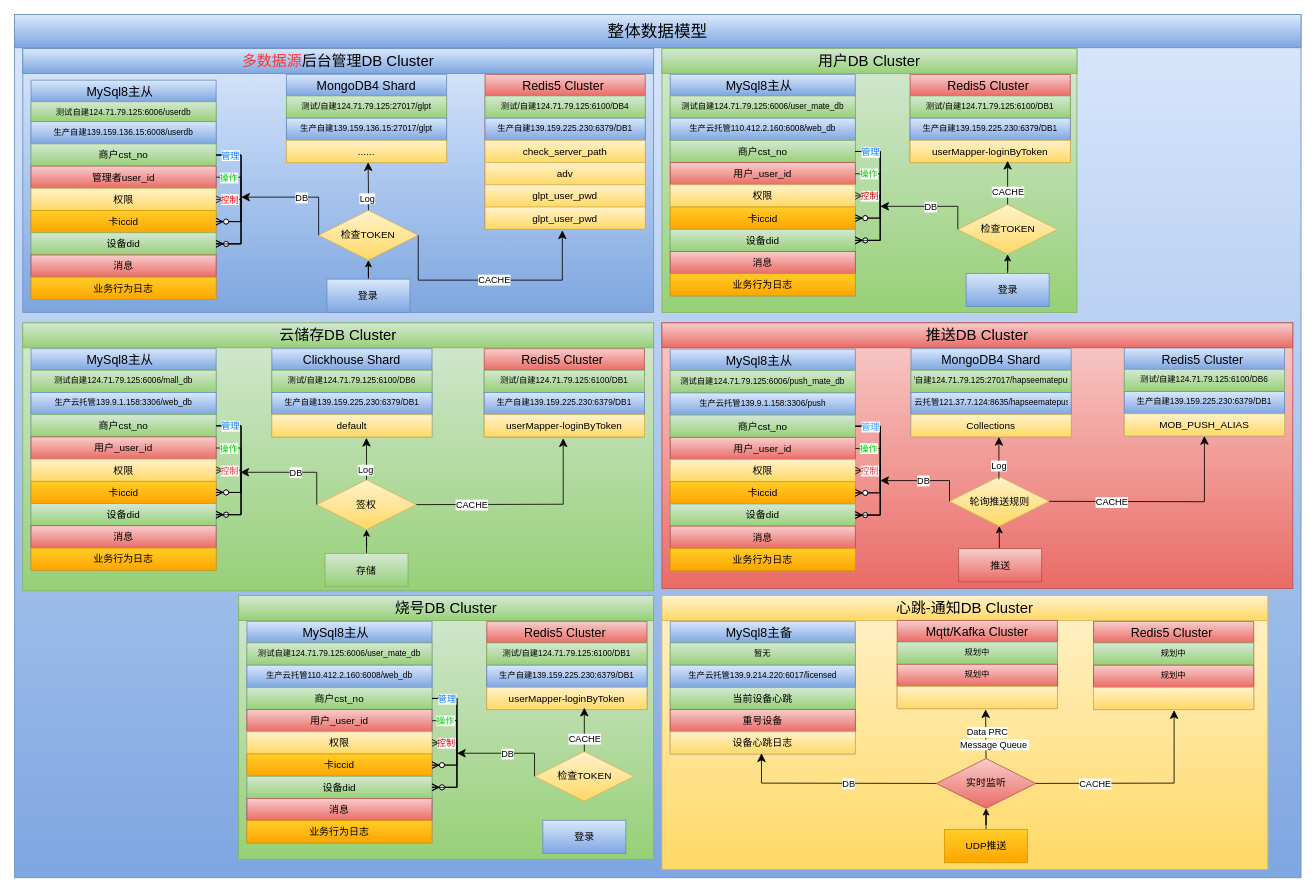
The draw.io diagram cloudbirds/整体数据模型.drawio in luoyongshun/framework, before the edit. Source tidied: cells renumbered, new cells numbered last; positions are measured from the earlier drawing's top-left corner, leaving out a move shared by most shapes. Both pictures are drawn from the tidied source at 83%, with x=0, y=0 at pixel (14, 14).
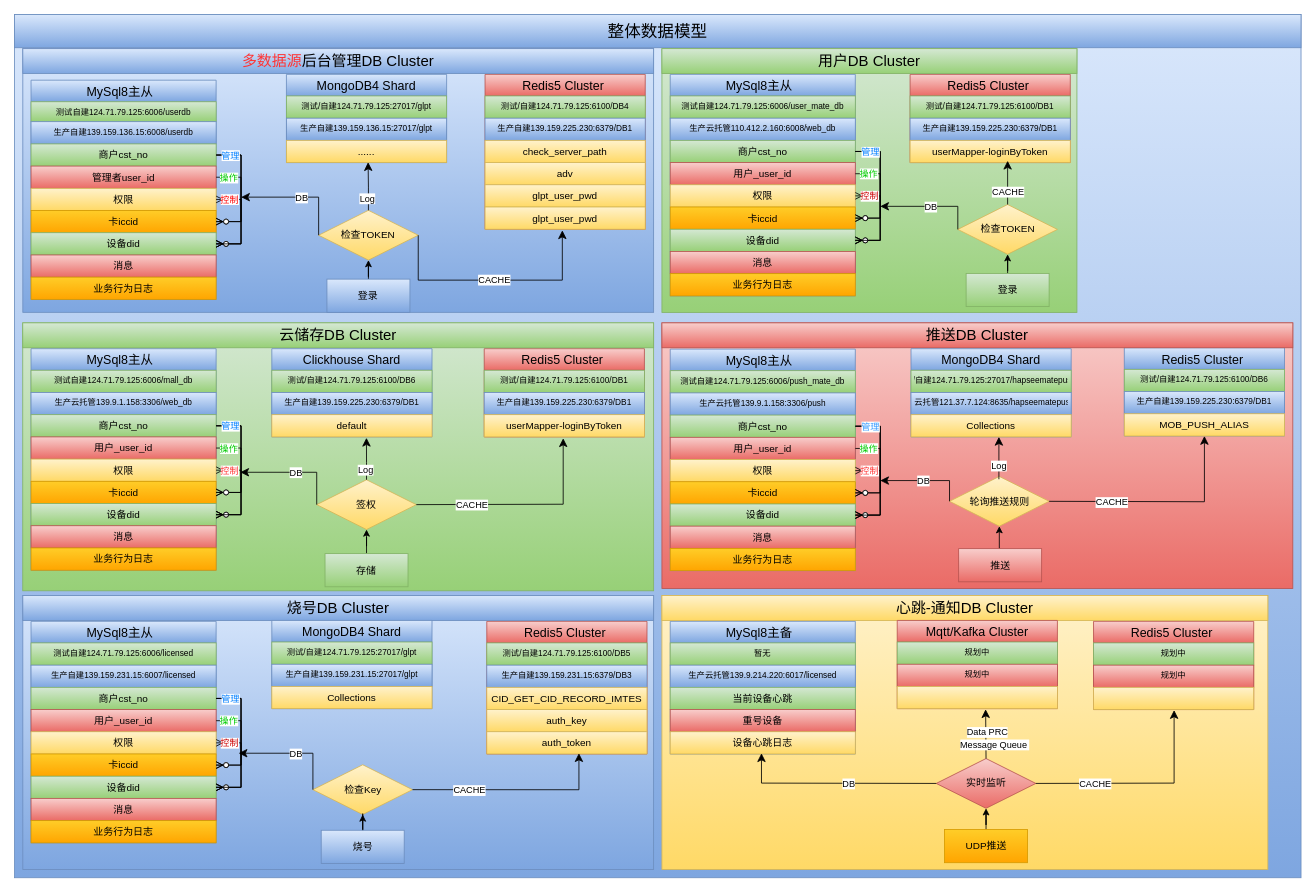
After the change.

Commit message:
更新整体数据模型.drawio

Change to the diagram source:
```diff
@@
-    <mxCell id="159" value="登录" style="whiteSpace=wrap;html=1;align=center;fillColor=#dae8fc;gradientColor=#7ea6e0;strokeColor=#6c8ebf;" parent="1" vertex="1">
+    <mxCell id="159" value="登录" style="whiteSpace=wrap;html=1;align=center;fillColor=#d5e8d4;gradientColor=#97d077;strokeColor=#82b366;" parent="1" vertex="1">
       <mxGeometry x="1146.5" y="311.9" width="100" height="40" as="geometry" />
     </mxCell>
@@
-    <mxCell id="175" style="rounded=0;whiteSpace=wrap;html=1;fillColor=#d5e8d4;gradientColor=#97d077;strokeColor=#82b366;" parent="1" vertex="1">
-      <mxGeometry x="270" y="700" width="500" height="317.8" as="geometry" />
+    <mxCell id="175" style="rounded=0;whiteSpace=wrap;html=1;fillColor=#dae8fc;gradientColor=#7ea6e0;strokeColor=#6c8ebf;" parent="1" vertex="1">
+      <mxGeometry x="10" y="700" width="760" height="330" as="geometry" />
     </mxCell>
-    <mxCell id="176" value="检查TOKEN" style="shape=rhombus;perimeter=rhombusPerimeter;whiteSpace=wrap;html=1;align=center;fillColor=#fff2cc;gradientColor=#ffd966;strokeColor=#d6b656;" parent="1" vertex="1">
-      <mxGeometry x="626.5" y="887.9" width="120" height="60" as="geometry" />
+    <mxCell id="176" value="检查Key" style="shape=rhombus;perimeter=rhombusPerimeter;whiteSpace=wrap;html=1;align=center;fillColor=#fff2cc;gradientColor=#ffd966;strokeColor=#d6b656;" parent="1" vertex="1">
+      <mxGeometry x="359.5" y="903.9" width="120" height="60" as="geometry" />
     </mxCell>
     <mxCell id="177" value="MySql8主从  " style="swimlane;fontStyle=0;horizontal=1;startSize=26;align=center;fontSize=15;fillColor=#dae8fc;gradientColor=#7ea6e0;strokeColor=#6c8ebf;" parent="1" vertex="1">
-      <mxGeometry x="280" y="731.1" width="223" height="266.9" as="geometry" />
+      <mxGeometry x="19.9" y="731.1" width="223" height="266.9" as="geometry" />
     </mxCell>
-    <mxCell id="178" value="测试自建124.71.79.125:6006/user_mate_db" style="text;strokeColor=#82b366;fillColor=#d5e8d4;spacingLeft=4;spacingRight=4;overflow=hidden;fontSize=10;gradientColor=#97d077;align=center;" parent="177" vertex="1">
+    <mxCell id="178" value="测试自建124.71.79.125:6006/licensed" style="text;strokeColor=#82b366;fillColor=#d5e8d4;spacingLeft=4;spacingRight=4;overflow=hidden;fontSize=10;gradientColor=#97d077;align=center;" parent="177" vertex="1">
       <mxGeometry y="26" width="223" height="26.8" as="geometry" />
     </mxCell>
-    <mxCell id="179" value="生产云托管110.412.2.160:6008/web_db" style="text;strokeColor=#6c8ebf;fillColor=#dae8fc;spacingLeft=4;spacingRight=4;overflow=hidden;fontSize=10;gradientColor=#7ea6e0;align=center;" parent="177" vertex="1">
+    <mxCell id="179" value="生产自建139.159.231.15:6007/licensed" style="text;strokeColor=#6c8ebf;fillColor=#dae8fc;spacingLeft=4;spacingRight=4;overflow=hidden;fontSize=10;gradientColor=#7ea6e0;align=center;" parent="177" vertex="1">
       <mxGeometry y="52.8" width="223" height="26.8" as="geometry" />
     </mxCell>
@@
+    <mxCell id="205" style="edgeStyle=orthogonalEdgeStyle;rounded=0;jettySize=auto;html=1;" parent="1" edge="1" source="195" target="176">
+      <mxGeometry relative="1" as="geometry" />
+    </mxCell>
-    <mxCell id="195" value="登录" style="whiteSpace=wrap;html=1;align=center;fillColor=#dae8fc;gradientColor=#7ea6e0;strokeColor=#6c8ebf;" parent="1" vertex="1">
-      <mxGeometry x="636.5" y="970.8" width="100" height="40" as="geometry" />
+    <mxCell id="195" value="烧号" style="whiteSpace=wrap;html=1;align=center;fillColor=#dae8fc;gradientColor=#7ea6e0;strokeColor=#6c8ebf;" parent="1" vertex="1">
+      <mxGeometry x="369.5" y="982.8" width="100" height="40" as="geometry" />
     </mxCell>
     <mxCell id="196" value="Redis5 Cluster " style="swimlane;fontStyle=0;horizontal=1;startSize=26;align=center;fontSize=15;fillColor=#f8cecc;gradientColor=#ea6b66;strokeColor=#b85450;" parent="1" vertex="1">
-      <mxGeometry x="569" y="731.1" width="193" height="106.3" as="geometry" />
+      <mxGeometry x="569" y="731.1" width="193" height="159.8" as="geometry" />
     </mxCell>
-    <mxCell id="197" value="测试/自建124.71.79.125:6100/DB1" style="text;strokeColor=#82b366;fillColor=#d5e8d4;spacingLeft=4;spacingRight=4;overflow=hidden;fontSize=10;gradientColor=#97d077;align=center;" parent="196" vertex="1">
+    <mxCell id="197" value="测试/自建124.71.79.125:6100/DB5" style="text;strokeColor=#82b366;fillColor=#d5e8d4;spacingLeft=4;spacingRight=4;overflow=hidden;fontSize=10;gradientColor=#97d077;align=center;" parent="196" vertex="1">
       <mxGeometry y="26" width="193" height="26.8" as="geometry" />
     </mxCell>
-    <mxCell id="198" value="生产自建139.159.225.230:6379/DB1" style="text;strokeColor=#6c8ebf;fillColor=#dae8fc;spacingLeft=4;spacingRight=4;overflow=hidden;fontSize=10;gradientColor=#7ea6e0;align=center;" parent="196" vertex="1">
+    <mxCell id="198" value="生产自建139.159.231.15:6379/DB3" style="text;strokeColor=#6c8ebf;fillColor=#dae8fc;spacingLeft=4;spacingRight=4;overflow=hidden;fontSize=10;gradientColor=#7ea6e0;align=center;" parent="196" vertex="1">
       <mxGeometry y="52.8" width="193" height="26.8" as="geometry" />
     </mxCell>
+    <mxCell id="206" value="CID_GET_CID_RECORD_IMTES" style="text;strokeColor=#d6b656;fillColor=#fff2cc;spacingLeft=4;spacingRight=4;overflow=hidden;fontSize=12;gradientColor=#ffd966;align=center;" parent="196" vertex="1">
+      <mxGeometry y="79.5" width="193" height="26.8" as="geometry" />
+    </mxCell>
+    <mxCell id="207" value="auth_key" style="text;strokeColor=#d6b656;fillColor=#fff2cc;spacingLeft=4;spacingRight=4;overflow=hidden;fontSize=12;gradientColor=#ffd966;align=center;" parent="196" vertex="1">
+      <mxGeometry y="106.3" width="193" height="26.8" as="geometry" />
+    </mxCell>
-    <mxCell id="199" value="userMapper-loginByToken" style="text;strokeColor=#d6b656;fillColor=#fff2cc;spacingLeft=4;spacingRight=4;overflow=hidden;fontSize=12;gradientColor=#ffd966;align=center;" parent="196" vertex="1">
-      <mxGeometry y="79.5" width="193" height="26.8" as="geometry" />
+    <mxCell id="199" value="auth_token" style="text;strokeColor=#d6b656;fillColor=#fff2cc;spacingLeft=4;spacingRight=4;overflow=hidden;fontSize=12;gradientColor=#ffd966;align=center;" parent="196" vertex="1">
+      <mxGeometry y="133" width="193" height="26.8" as="geometry" />
     </mxCell>
     <mxCell id="200" style="edgeStyle=elbowEdgeStyle;elbow=vertical;endArrow=classic;html=1;curved=0;rounded=0;endSize=8;startSize=8;exitX=0;exitY=0.5;exitDx=0;exitDy=0;" parent="1" edge="1" source="176">
       <mxGeometry relative="1" as="geometry">
-        <mxPoint x="533" y="890" as="targetPoint" />
+        <mxPoint x="270" y="890" as="targetPoint" />
         <Array as="points">
           <mxPoint x="570" y="890" />
         </Array>
       </mxGeometry>
     </mxCell>
@@
-    <mxCell id="202" style="edgeStyle=elbowEdgeStyle;elbow=vertical;endArrow=classic;html=1;curved=0;rounded=0;endSize=8;startSize=8;exitX=0.5;exitY=0;exitDx=0;exitDy=0;entryX=0.5;entryY=1;entryDx=0;entryDy=0;" parent="1" edge="1" source="176">
+    <mxCell id="202" style="edgeStyle=elbowEdgeStyle;elbow=vertical;endArrow=classic;html=1;curved=0;rounded=0;endSize=8;startSize=8;exitX=1;exitY=0.5;exitDx=0;exitDy=0;" parent="1" edge="1" source="176">
       <mxGeometry relative="1" as="geometry">
-        <mxPoint x="686.5" y="835.1" as="targetPoint" />
+        <mxPoint x="680" y="890" as="targetPoint" />
+        <Array as="points">
+          <mxPoint x="650" y="934" />
+        </Array>
       </mxGeometry>
     </mxCell>
@@
-    <mxCell id="204" value="烧号DB Cluster" style="text;html=1;strokeColor=#82b366;fillColor=#d5e8d4;align=center;verticalAlign=middle;whiteSpace=wrap;rounded=0;fontSize=18;gradientColor=#97d077;" parent="1" vertex="1">
-      <mxGeometry x="270" y="700.1" width="500" height="30" as="geometry" />
+    <mxCell id="204" value="烧号DB Cluster" style="text;html=1;strokeColor=#6c8ebf;fillColor=#dae8fc;align=center;verticalAlign=middle;whiteSpace=wrap;rounded=0;fontSize=18;gradientColor=#7ea6e0;" parent="1" vertex="1">
+      <mxGeometry x="10" y="700.1" width="760" height="30" as="geometry" />
     </mxCell>
+    <mxCell id="208" value="MongoDB4 Shard" style="swimlane;fontStyle=0;horizontal=1;startSize=26;align=center;fontSize=15;fillColor=#dae8fc;gradientColor=#7ea6e0;strokeColor=#6c8ebf;" parent="1" vertex="1">
+      <mxGeometry x="310" y="730" width="193" height="106.3" as="geometry" />
+    </mxCell>
+    <mxCell id="209" value="测试/自建124.71.79.125:27017/glpt" style="text;strokeColor=#82b366;fillColor=#d5e8d4;spacingLeft=4;spacingRight=4;overflow=hidden;fontSize=10;gradientColor=#97d077;align=center;" parent="208" vertex="1">
+      <mxGeometry y="26" width="193" height="26.8" as="geometry" />
+    </mxCell>
+    <mxCell id="210" value="生产自建139.159.231.15:27017/glpt" style="text;strokeColor=#6c8ebf;fillColor=#dae8fc;spacingLeft=4;spacingRight=4;overflow=hidden;fontSize=10;gradientColor=#7ea6e0;align=center;" parent="208" vertex="1">
+      <mxGeometry y="52.8" width="193" height="26.8" as="geometry" />
+    </mxCell>
+    <mxCell id="211" value="Collections" style="text;strokeColor=#d6b656;fillColor=#fff2cc;spacingLeft=4;spacingRight=4;overflow=hidden;fontSize=12;gradientColor=#ffd966;align=center;" parent="208" vertex="1">
+      <mxGeometry y="79.5" width="193" height="26.8" as="geometry" />
+    </mxCell>
```
